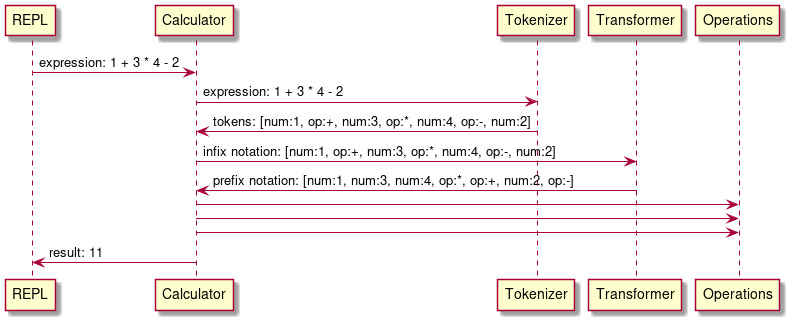
Earlier version of the PlantUML export UML/sequence.png (livace/rpn-calculator). Its diagram source:
```plantuml
@startuml

REPL -> Calculator : expression: 1 + 3 * 4 - 2
Calculator -> Tokenizer : expression: 1 + 3 * 4 - 2
Tokenizer -> Calculator : tokens: [num:1, op:+, num:3, op:*, num:4, op:-, num:2]
Calculator -> Transformer : infix notation: [num:1, op:+, num:3, op:*, num:4, op:-, num:2]
Transformer -> Calculator : prefix notation: [num:1, num:3, num:4, op:*, op:+, num:2, op:-]
Calculator -> Operations
Calculator -> Operations
Calculator -> Operations
Calculator -> REPL : result: 11

@enduml
```
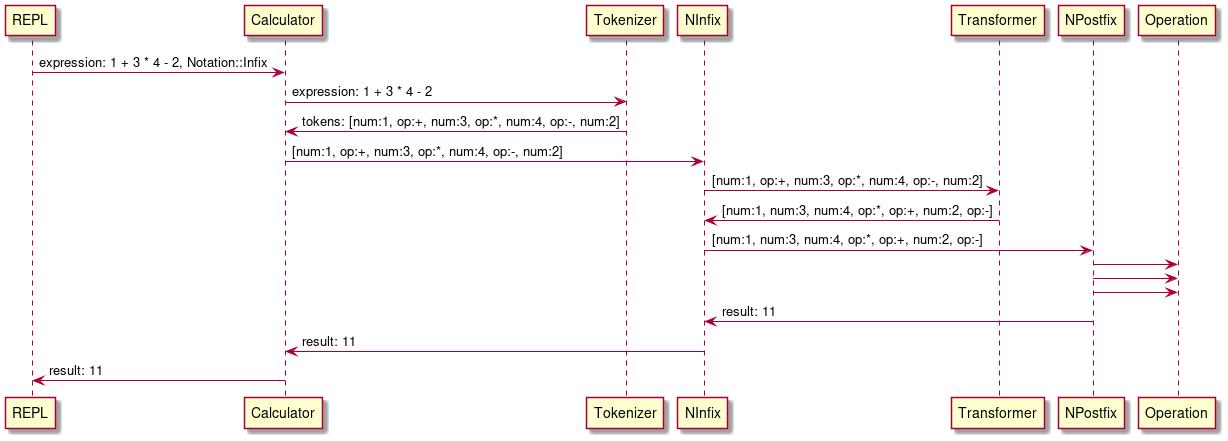
Later version of the same file.

Commit message:
Fixed UML diagrams to match crc cards

What changed in the source:
```diff
@@ -1,13 +1,17 @@
 @startuml
 
-REPL -> Calculator : expression: 1 + 3 * 4 - 2
+REPL -> Calculator : expression: 1 + 3 * 4 - 2, Notation::Infix
 Calculator -> Tokenizer : expression: 1 + 3 * 4 - 2
 Tokenizer -> Calculator : tokens: [num:1, op:+, num:3, op:*, num:4, op:-, num:2]
-Calculator -> Transformer : infix notation: [num:1, op:+, num:3, op:*, num:4, op:-, num:2]
-Transformer -> Calculator : prefix notation: [num:1, num:3, num:4, op:*, op:+, num:2, op:-]
-Calculator -> Operations
-Calculator -> Operations
-Calculator -> Operations
+Calculator -> NInfix : [num:1, op:+, num:3, op:*, num:4, op:-, num:2]
+NInfix -> Transformer : [num:1, op:+, num:3, op:*, num:4, op:-, num:2]
+Transformer -> NInfix : [num:1, num:3, num:4, op:*, op:+, num:2, op:-]
+NInfix -> NPostfix : [num:1, num:3, num:4, op:*, op:+, num:2, op:-]
+NPostfix -> Operation
+NPostfix -> Operation
+NPostfix -> Operation
+NPostfix -> NInfix : result: 11
+NInfix -> Calculator : result: 11
 Calculator -> REPL : result: 11
 
 @enduml
```
